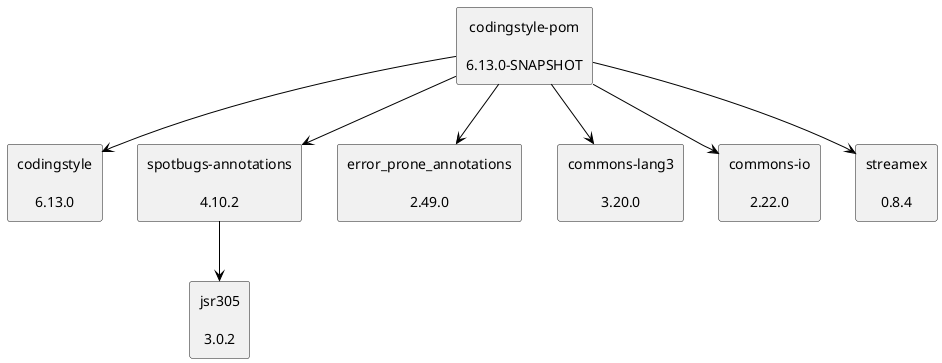
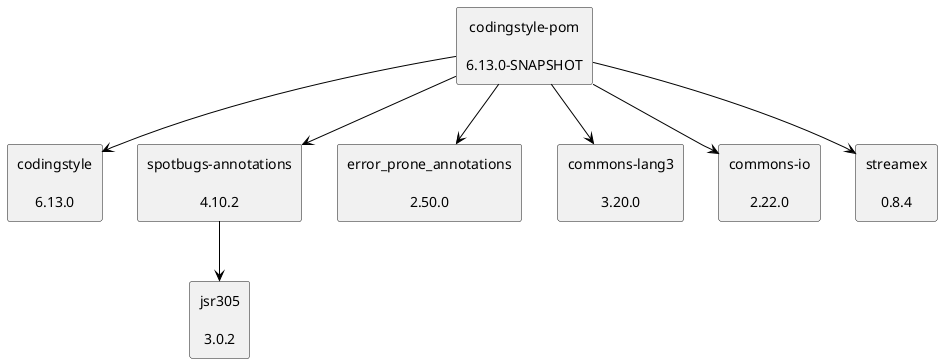
@startuml
skinparam defaultTextAlignment center
skinparam rectangle {
  BackgroundColor<<optional>> beige
  BackgroundColor<<test>> lightGreen
  BackgroundColor<<runtime>> lightBlue
  BackgroundColor<<provided>> lightGray
}
rectangle "codingstyle-pom\n\n6.13.0-SNAPSHOT" as edu_hm_hafner_codingstyle_pom_pom
rectangle "codingstyle\n\n6.13.0" as edu_hm_hafner_codingstyle_jar
rectangle "spotbugs-annotations\n\n4.10.2" as com_github_spotbugs_spotbugs_annotations_jar
rectangle "jsr305\n\n3.0.2" as com_google_code_findbugs_jsr305_jar
- rectangle "error_prone_annotations\n\n2.49.0" as com_google_errorprone_error_prone_annotations_jar
+ rectangle "error_prone_annotations\n\n2.50.0" as com_google_errorprone_error_prone_annotations_jar
rectangle "commons-lang3\n\n3.20.0" as org_apache_commons_commons_lang3_jar
rectangle "commons-io\n\n2.22.0" as commons_io_commons_io_jar
rectangle "streamex\n\n0.8.4" as one_util_streamex_jar
edu_hm_hafner_codingstyle_pom_pom -[#000000]-> edu_hm_hafner_codingstyle_jar
com_github_spotbugs_spotbugs_annotations_jar -[#000000]-> com_google_code_findbugs_jsr305_jar
edu_hm_hafner_codingstyle_pom_pom -[#000000]-> com_github_spotbugs_spotbugs_annotations_jar
edu_hm_hafner_codingstyle_pom_pom -[#000000]-> com_google_errorprone_error_prone_annotations_jar
edu_hm_hafner_codingstyle_pom_pom -[#000000]-> org_apache_commons_commons_lang3_jar
edu_hm_hafner_codingstyle_pom_pom -[#000000]-> commons_io_commons_io_jar
edu_hm_hafner_codingstyle_pom_pom -[#000000]-> one_util_streamex_jar
@enduml